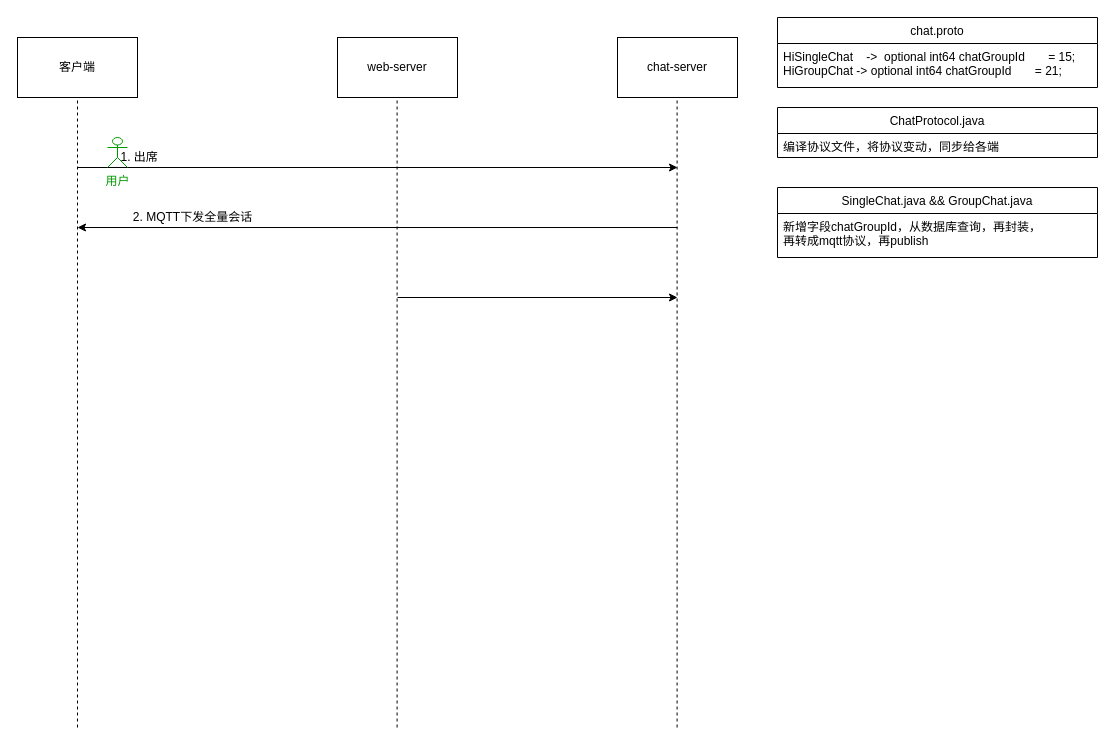
Earlier version of the draw.io diagram com.ygq/frame/2.39沟通.drawio (ythawed/diagrams). Source tidied: cells renumbered, new cells numbered last; positions are measured from the earlier drawing's top-left corner, leaving out a move shared by most shapes. Both pictures are drawn from the tidied source at 100%, with x=0, y=0 at pixel (17, 17).
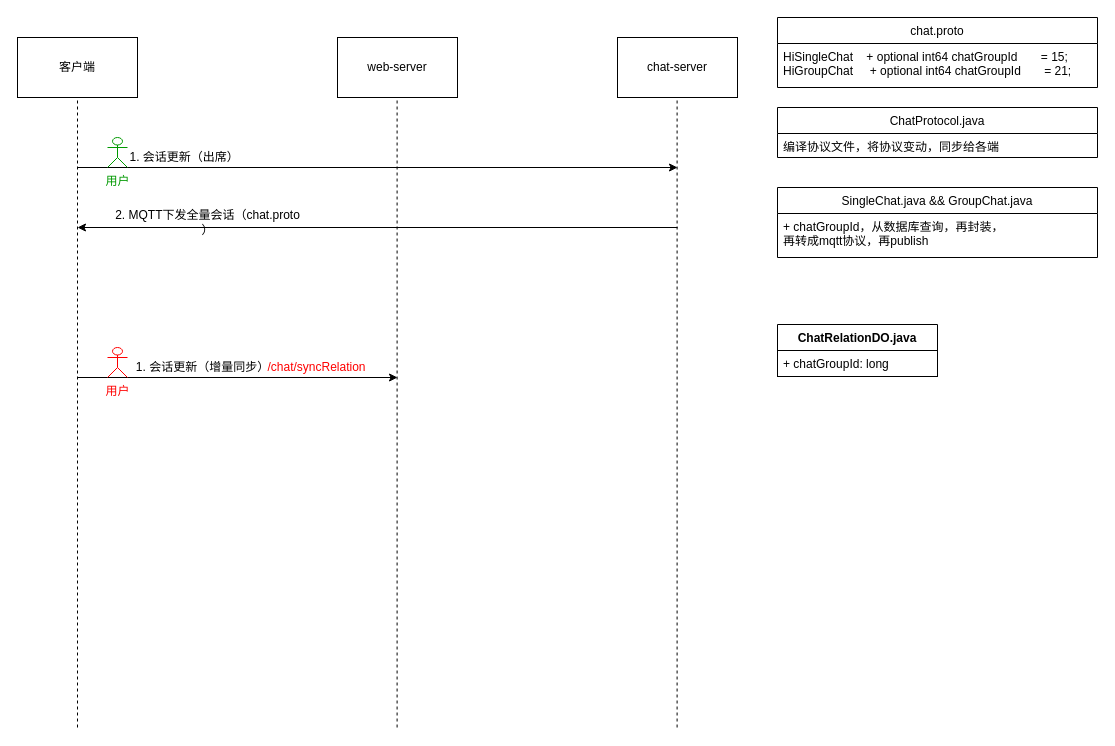
After the change.

The change refers to these unchanged cells:
```xml
<mxCell id="14" value="chat.proto" style="swimlane;fontStyle=0;horizontal=1;startSize=26;fillColor=none;fontColor=default;" parent="1" vertex="1">
  <mxGeometry x="760" width="320" height="70" as="geometry" />
</mxCell>
<mxCell id="18" value="SingleChat.java &amp;&amp; GroupChat.java" style="swimlane;fontStyle=0;horizontal=1;startSize=26;fillColor=none;fontColor=default;" parent="1" vertex="1">
  <mxGeometry x="760" y="170" width="320" height="70" as="geometry" />
</mxCell>
```

Diff of the diagram source:
```diff
@@
-    <mxCell id="9" value="&lt;span style=&quot;white-space: pre;&quot;&gt; &lt;/span&gt;1. 出席" style="text;html=1;align=center;verticalAlign=middle;strokeColor=none;fillColor=none;" parent="1" vertex="1">
-      <mxGeometry x="80" y="130" width="80" height="20" as="geometry" />
+    <mxCell id="9" value="&lt;span style=&quot;white-space: pre;&quot;&gt; &lt;/span&gt;1. 会话更新（出席）" style="text;html=1;align=center;verticalAlign=middle;strokeColor=none;fillColor=none;" parent="1" vertex="1">
+      <mxGeometry x="90" y="130" width="150" height="20" as="geometry" />
     </mxCell>
@@
     <mxCell id="11" style="endArrow=classic;html=1;rounded=0;" parent="1" edge="1">
       <mxGeometry relative="1" as="geometry">
-        <mxPoint x="380" y="280" as="sourcePoint" />
-        <mxPoint x="660" y="280" as="targetPoint" />
+        <mxPoint x="60" y="360" as="sourcePoint" />
+        <mxPoint x="380" y="360" as="targetPoint" />
       </mxGeometry>
     </mxCell>
@@
-    <mxCell id="13" value="2. MQTT下发全量会话" style="text;html=1;align=center;verticalAlign=middle;strokeColor=none;fillColor=none;" parent="1" vertex="1">
-      <mxGeometry x="110" y="190" width="130" height="20" as="geometry" />
+    <mxCell id="13" value="2. MQTT下发全量会话（chat.proto&lt;br&gt;）" style="text;html=1;align=center;verticalAlign=middle;strokeColor=none;fillColor=none;" parent="1" vertex="1">
+      <mxGeometry x="90" y="190" width="200" height="30" as="geometry" />
     </mxCell>
@@
-    <mxCell id="15" value="HiSingleChat    -&gt;  optional int64 chatGroupId       = 15;&#10;HiGroupChat -&gt; optional int64 chatGroupId       = 21;" style="text;strokeColor=none;fillColor=none;align=left;verticalAlign=top;spacingLeft=4;spacingRight=4;overflow=hidden;labelBackgroundColor=default;" parent="14" vertex="1">
+    <mxCell id="15" value="HiSingleChat    + optional int64 chatGroupId       = 15;&#10;HiGroupChat     + optional int64 chatGroupId       = 21;" style="text;strokeColor=none;fillColor=none;align=left;verticalAlign=top;spacingLeft=4;spacingRight=4;overflow=hidden;labelBackgroundColor=default;" parent="14" vertex="1">
       <mxGeometry y="26" width="320" height="44" as="geometry" />
     </mxCell>
@@
-    <mxCell id="19" value="新增字段chatGroupId，从数据库查询，再封装，&#10;再转成mqtt协议，再publish" style="text;strokeColor=none;fillColor=none;align=left;verticalAlign=top;spacingLeft=4;spacingRight=4;overflow=hidden;labelBackgroundColor=default;" parent="18" vertex="1">
+    <mxCell id="19" value="+ chatGroupId，从数据库查询，再封装，&#10;再转成mqtt协议，再publish" style="text;strokeColor=none;fillColor=none;align=left;verticalAlign=top;spacingLeft=4;spacingRight=4;overflow=hidden;labelBackgroundColor=default;" parent="18" vertex="1">
       <mxGeometry y="26" width="320" height="44" as="geometry" />
     </mxCell>
+    <mxCell id="20" value="&lt;font color=&quot;#ff0000&quot;&gt;用户&lt;/font&gt;" style="shape=umlActor;verticalLabelPosition=bottom;verticalAlign=top;html=1;strokeColor=#FF0000;" parent="1" vertex="1">
+      <mxGeometry x="90" y="330" width="20" height="30" as="geometry" />
+    </mxCell>
+    <mxCell id="21" value="&lt;font color=&quot;#000000&quot;&gt;1. 会话更新（增量同步）&lt;/font&gt;" style="text;html=1;align=center;verticalAlign=middle;strokeColor=none;fillColor=none;fontColor=#009900;" parent="1" vertex="1">
+      <mxGeometry x="110" y="340" width="150" height="20" as="geometry" />
+    </mxCell>
+    <mxCell id="22" value="/chat/syncRelation" style="text;html=1;align=center;verticalAlign=middle;strokeColor=none;fillColor=none;fontColor=#FF0000;" parent="1" vertex="1">
+      <mxGeometry x="244" y="340" width="110" height="20" as="geometry" />
+    </mxCell>
+    <mxCell id="23" value="ChatRelationDO.java" style="swimlane;fontStyle=1;align=center;verticalAlign=top;horizontal=1;startSize=26;labelBackgroundColor=none;fontColor=#000000;strokeColor=#000000;" parent="1" vertex="1">
+      <mxGeometry x="760" y="307" width="160" height="52" as="geometry" />
+    </mxCell>
+    <mxCell id="24" value="+ chatGroupId: long" style="text;strokeColor=#000000;fillColor=none;align=left;verticalAlign=top;spacingLeft=4;spacingRight=4;overflow=hidden;labelBackgroundColor=none;fontColor=#000000;" parent="23" vertex="1">
+      <mxGeometry y="26" width="160" height="26" as="geometry" />
+    </mxCell>
```
